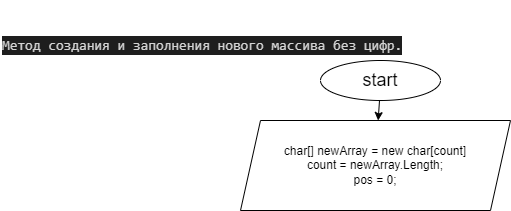
Earlier version of the draw.io export Task_final/diagram.drawio.png (LiudmilaKozenkova/CSharp_Homework_Seminar_9_Final). Source tidied: cells renumbered, new cells last; positions are measured from the earlier drawing's top-left corner, leaving out a move shared by most shapes. Source of this version:
```xml
<mxGraphModel>
  <root>
    <mxCell id="0" />
    <mxCell id="1" parent="0" />
    <mxCell id="2" value="&#10;&#10;&lt;div style=&quot;color: rgb(212, 212, 212); background-color: rgb(30, 30, 30); font-family: consolas, &amp;quot;courier new&amp;quot;, monospace; font-weight: normal; font-size: 14px; line-height: 19px;&quot;&gt;&lt;div&gt;&lt;span style=&quot;color: #d4d4d4&quot;&gt;Метод создания и заполнения нового массива без цифр.&lt;/span&gt;&lt;/div&gt;&lt;/div&gt;&#10;&#10;" style="text;whiteSpace=wrap;html=1;" parent="1" vertex="1">
      <mxGeometry width="430" height="30" as="geometry" />
    </mxCell>
    <mxCell id="3" style="edgeStyle=none;html=1;fontSize=18;" parent="1" edge="1" source="4" target="5">
      <mxGeometry relative="1" as="geometry" />
    </mxCell>
    <mxCell id="4" value="&lt;font style=&quot;font-size: 18px&quot;&gt;start&lt;/font&gt;" style="ellipse;whiteSpace=wrap;html=1;" parent="1" vertex="1">
      <mxGeometry x="320" y="60" width="120" height="40" as="geometry" />
    </mxCell>
    <mxCell id="5" value="char[] newArray = new char[count]&lt;br&gt;сount = newArray.Length;&lt;br&gt;pos = 0;" style="shape=parallelogram;perimeter=parallelogramPerimeter;whiteSpace=wrap;html=1;fixedSize=1;" parent="1" vertex="1">
      <mxGeometry x="240" y="120" width="270" height="90" as="geometry" />
    </mxCell>
  </root>
</mxGraphModel>
```
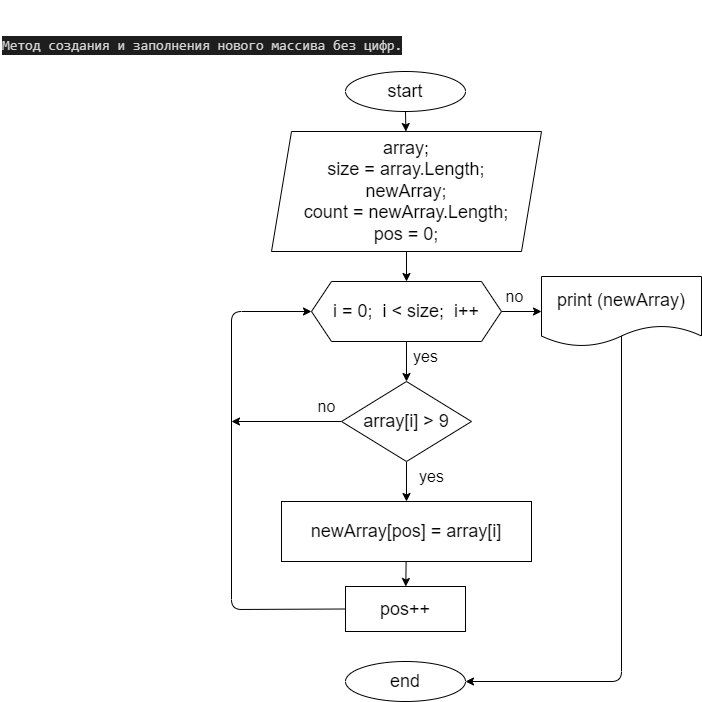
After the change.

Change to the diagram source:
```diff
@@ -3,16 +3,81 @@
     <mxCell id="0" />
     <mxCell id="1" parent="0" />
     <mxCell id="2" value="&#10;&#10;&lt;div style=&quot;color: rgb(212, 212, 212); background-color: rgb(30, 30, 30); font-family: consolas, &amp;quot;courier new&amp;quot;, monospace; font-weight: normal; font-size: 14px; line-height: 19px;&quot;&gt;&lt;div&gt;&lt;span style=&quot;color: #d4d4d4&quot;&gt;Метод создания и заполнения нового массива без цифр.&lt;/span&gt;&lt;/div&gt;&lt;/div&gt;&#10;&#10;" style="text;whiteSpace=wrap;html=1;" parent="1" vertex="1">
-      <mxGeometry width="430" height="30" as="geometry" />
+      <mxGeometry x="-31" y="-11" width="430" height="30" as="geometry" />
     </mxCell>
     <mxCell id="3" style="edgeStyle=none;html=1;fontSize=18;" parent="1" edge="1" source="4" target="5">
       <mxGeometry relative="1" as="geometry" />
     </mxCell>
     <mxCell id="4" value="&lt;font style=&quot;font-size: 18px&quot;&gt;start&lt;/font&gt;" style="ellipse;whiteSpace=wrap;html=1;" parent="1" vertex="1">
-      <mxGeometry x="320" y="60" width="120" height="40" as="geometry" />
+      <mxGeometry x="314" y="60" width="120" height="40" as="geometry" />
     </mxCell>
+    <mxCell id="6" style="edgeStyle=none;html=1;fontSize=18;" parent="1" edge="1" source="5" target="9">
+      <mxGeometry relative="1" as="geometry" />
+    </mxCell>
-    <mxCell id="5" value="char[] newArray = new char[count]&lt;br&gt;сount = newArray.Length;&lt;br&gt;pos = 0;" style="shape=parallelogram;perimeter=parallelogramPerimeter;whiteSpace=wrap;html=1;fixedSize=1;" parent="1" vertex="1">
-      <mxGeometry x="240" y="120" width="270" height="90" as="geometry" />
+    <mxCell id="5" value="&lt;font style=&quot;font-size: 18px&quot;&gt;array;&lt;br&gt;size = array.Length;&lt;br&gt;newArray;&lt;br&gt;сount = newArray.Length;&lt;br&gt;pos = 0;&lt;/font&gt;" style="shape=parallelogram;perimeter=parallelogramPerimeter;whiteSpace=wrap;html=1;fixedSize=1;" parent="1" vertex="1">
+      <mxGeometry x="240" y="120" width="270" height="120" as="geometry" />
     </mxCell>
+    <mxCell id="7" style="edgeStyle=none;html=1;fontSize=18;" parent="1" edge="1" source="9" target="12">
+      <mxGeometry relative="1" as="geometry" />
+    </mxCell>
+    <mxCell id="8" style="edgeStyle=none;html=1;fontSize=16;" parent="1" edge="1" source="9" target="21">
+      <mxGeometry relative="1" as="geometry" />
+    </mxCell>
+    <mxCell id="9" value="&lt;font style=&quot;font-size: 18px&quot;&gt;i = 0;&amp;nbsp; i &amp;lt; size;&amp;nbsp; i++&lt;/font&gt;" style="shape=hexagon;perimeter=hexagonPerimeter2;whiteSpace=wrap;html=1;fixedSize=1;" parent="1" vertex="1">
+      <mxGeometry x="280" y="270" width="190" height="60" as="geometry" />
+    </mxCell>
+    <mxCell id="10" style="edgeStyle=none;html=1;fontSize=16;" parent="1" edge="1" source="12" target="15">
+      <mxGeometry relative="1" as="geometry" />
+    </mxCell>
+    <mxCell id="11" style="edgeStyle=none;html=1;fontSize=18;" parent="1" edge="1" source="12">
+      <mxGeometry relative="1" as="geometry">
+        <mxPoint x="200" y="410" as="targetPoint" />
+      </mxGeometry>
+    </mxCell>
+    <mxCell id="12" value="&lt;font style=&quot;font-size: 18px&quot;&gt;array[i] &amp;gt; 9&lt;/font&gt;" style="rhombus;whiteSpace=wrap;html=1;" parent="1" vertex="1">
+      <mxGeometry x="310" y="370" width="130" height="80" as="geometry" />
+    </mxCell>
+    <mxCell id="13" value="&lt;font style=&quot;font-size: 16px&quot;&gt;yes&lt;/font&gt;" style="text;html=1;align=center;verticalAlign=middle;strokeColor=none;fillColor=none;fontSize=18;" parent="1" vertex="1">
+      <mxGeometry x="374" y="330" width="40" height="30" as="geometry" />
+    </mxCell>
+    <mxCell id="14" style="edgeStyle=none;html=1;fontSize=18;" parent="1" edge="1" source="15" target="18">
+      <mxGeometry relative="1" as="geometry" />
+    </mxCell>
+    <mxCell id="15" value="&lt;font style=&quot;font-size: 18px&quot;&gt;newArray[pos] = array[i]&lt;/font&gt;" style="whiteSpace=wrap;html=1;" parent="1" vertex="1">
+      <mxGeometry x="250" y="490" width="250" height="60" as="geometry" />
+    </mxCell>
+    <mxCell id="16" value="&lt;font style=&quot;font-size: 16px&quot;&gt;yes&lt;/font&gt;" style="text;html=1;align=center;verticalAlign=middle;strokeColor=none;fillColor=none;fontSize=18;" parent="1" vertex="1">
+      <mxGeometry x="380" y="450" width="40" height="30" as="geometry" />
+    </mxCell>
+    <mxCell id="17" style="edgeStyle=none;html=1;exitX=0;exitY=0.5;exitDx=0;exitDy=0;entryX=0;entryY=0.5;entryDx=0;entryDy=0;fontSize=18;" parent="1" edge="1" source="18" target="9">
+      <mxGeometry relative="1" as="geometry">
+        <Array as="points">
+          <mxPoint x="200" y="598" />
+          <mxPoint x="200" y="300" />
+        </Array>
+      </mxGeometry>
+    </mxCell>
+    <mxCell id="18" value="&lt;font style=&quot;font-size: 18px&quot;&gt;pos++&lt;/font&gt;" style="whiteSpace=wrap;html=1;" parent="1" vertex="1">
+      <mxGeometry x="314" y="575" width="120" height="45" as="geometry" />
+    </mxCell>
+    <mxCell id="19" value="&lt;font style=&quot;font-size: 16px&quot;&gt;no&lt;/font&gt;" style="text;html=1;align=center;verticalAlign=middle;strokeColor=none;fillColor=none;fontSize=18;" parent="1" vertex="1">
+      <mxGeometry x="280" y="380" width="30" height="30" as="geometry" />
+    </mxCell>
+    <mxCell id="20" style="edgeStyle=none;html=1;fontSize=18;exitX=0.5;exitY=0.786;exitDx=0;exitDy=0;exitPerimeter=0;" parent="1" edge="1" source="21" target="22">
+      <mxGeometry relative="1" as="geometry">
+        <Array as="points">
+          <mxPoint x="590" y="670" />
+        </Array>
+      </mxGeometry>
+    </mxCell>
+    <mxCell id="21" value="&lt;font style=&quot;font-size: 18px&quot;&gt;print (newArray)&lt;/font&gt;" style="shape=document;whiteSpace=wrap;html=1;boundedLbl=1;" parent="1" vertex="1">
+      <mxGeometry x="510" y="265" width="160" height="70" as="geometry" />
+    </mxCell>
+    <mxCell id="22" value="&lt;font style=&quot;font-size: 18px&quot;&gt;end&lt;/font&gt;" style="ellipse;whiteSpace=wrap;html=1;" parent="1" vertex="1">
+      <mxGeometry x="314" y="650" width="120" height="40" as="geometry" />
+    </mxCell>
+    <mxCell id="23" value="&lt;font style=&quot;font-size: 16px&quot;&gt;no&lt;/font&gt;" style="text;html=1;align=center;verticalAlign=middle;strokeColor=none;fillColor=none;fontSize=18;" parent="1" vertex="1">
+      <mxGeometry x="468" y="270" width="30" height="30" as="geometry" />
+    </mxCell>
   </root>
 </mxGraphModel>
```
